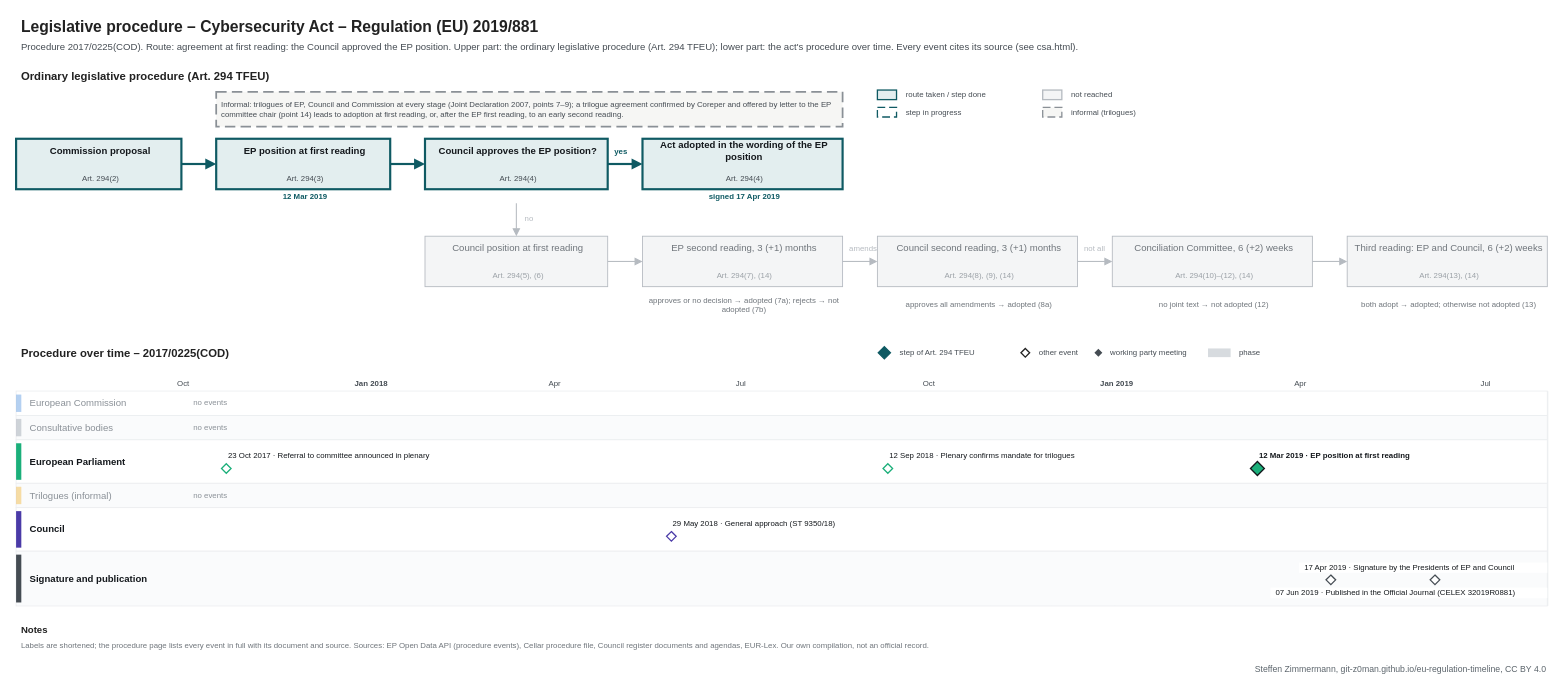
The draw.io diagram procedures/csa.drawio in git-z0man/eu-regulation-timeline, before the edit. Source tidied: cells renumbered, new cells numbered last; positions are measured from the earlier drawing's top-left corner, leaving out a move shared by most shapes. Both pictures are drawn from the tidied source at 87%, with x=0, y=0 at pixel (16, 15).
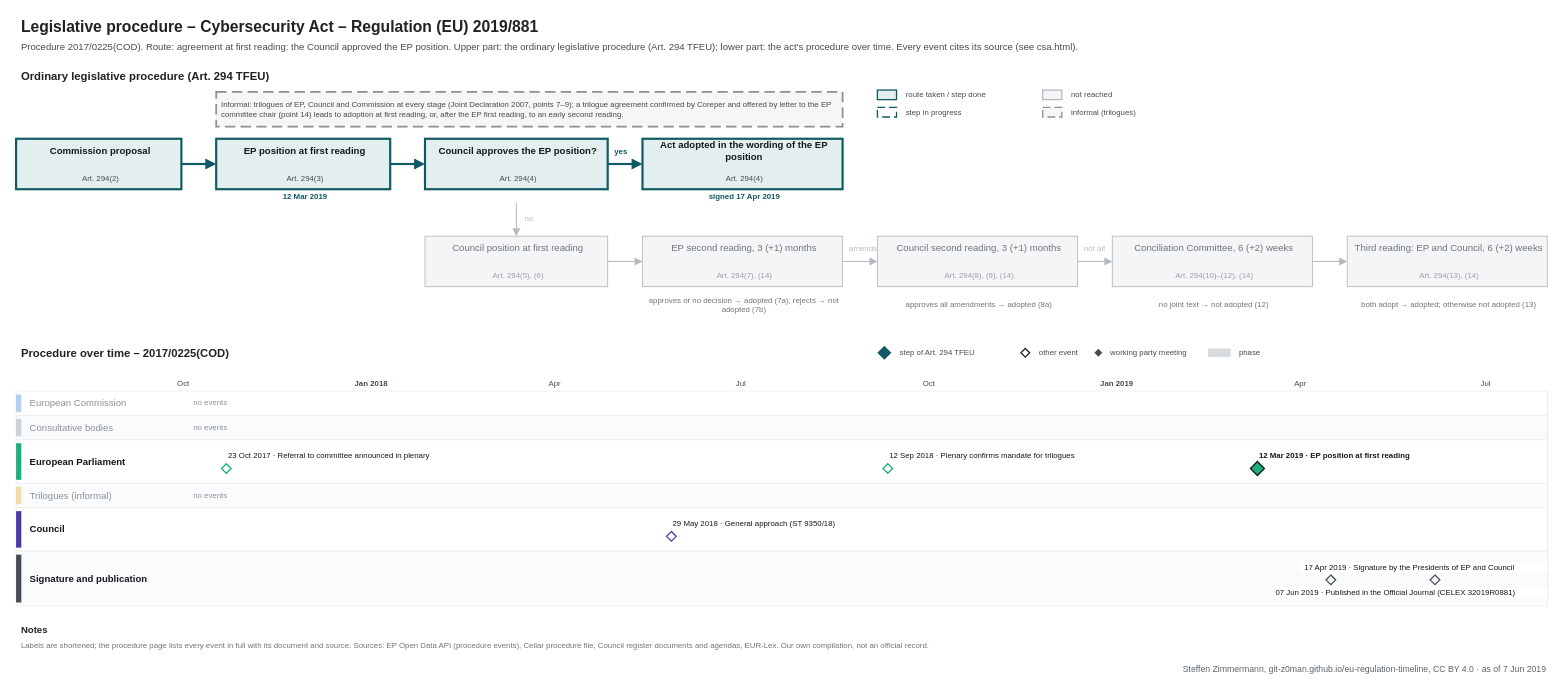
The same page after the edit.

Diff of the diagram source:
```diff
@@
-    <mxCell id="135" value="Steffen Zimmermann, git-z0man.github.io/eu-regulation-timeline, CC BY 4.0" style="text;html=1;fontSize=10;fontColor=#5b646b;align=right;verticalAlign=middle;spacingLeft=4;" parent="1" vertex="1">
+    <mxCell id="135" value="Steffen Zimmermann, git-z0man.github.io/eu-regulation-timeline, CC BY 4.0 · as of 7 Jun 2019" style="text;html=1;fontSize=10;fontColor=#5b646b;align=right;verticalAlign=middle;spacingLeft=4;" parent="1" vertex="1">
       <mxGeometry y="743" width="1760" height="16" as="geometry" />
     </mxCell>
```
